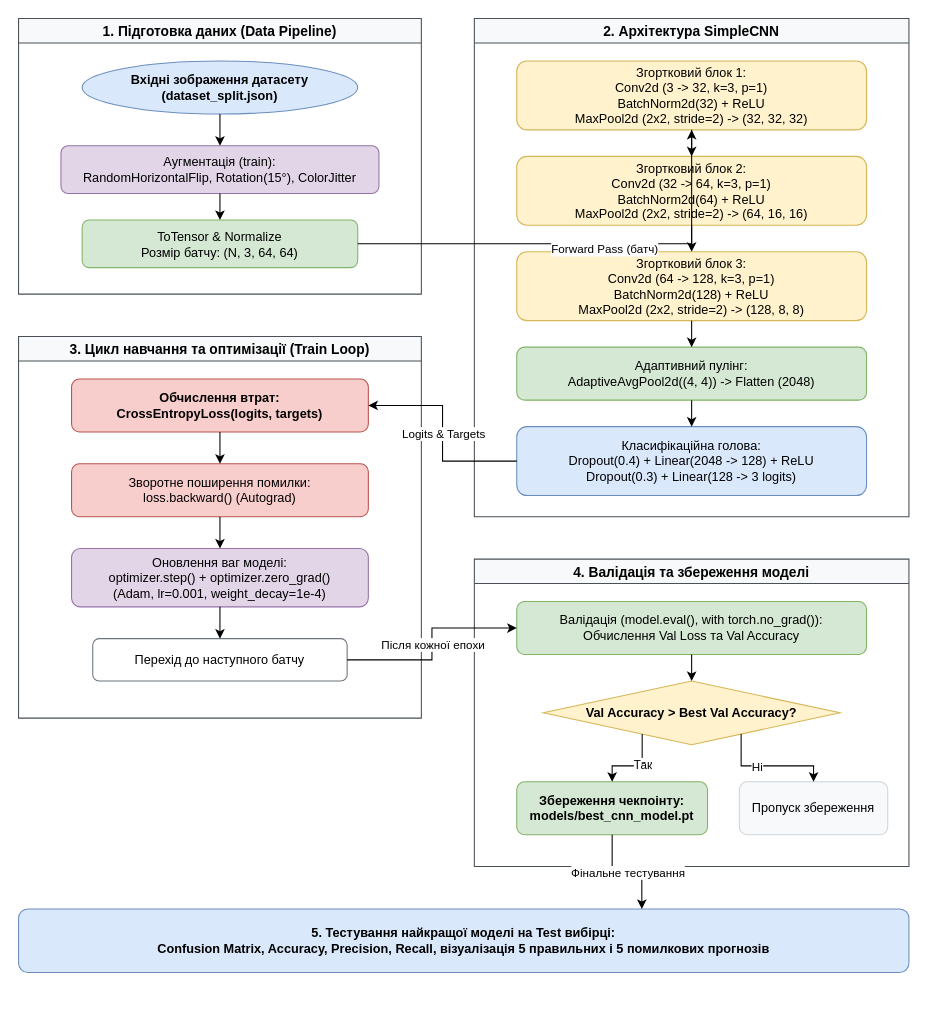
The draw.io diagram lab02_cnn/cnn_flowchart.drawio in MaxSeryy/BK26, before the edit. Source tidied: cells renumbered, new cells numbered last; positions are measured from the earlier drawing's top-left corner, leaving out a move shared by most shapes. Both pictures are drawn from the tidied source at 106%, with x=0, y=0 at pixel (18, 18).
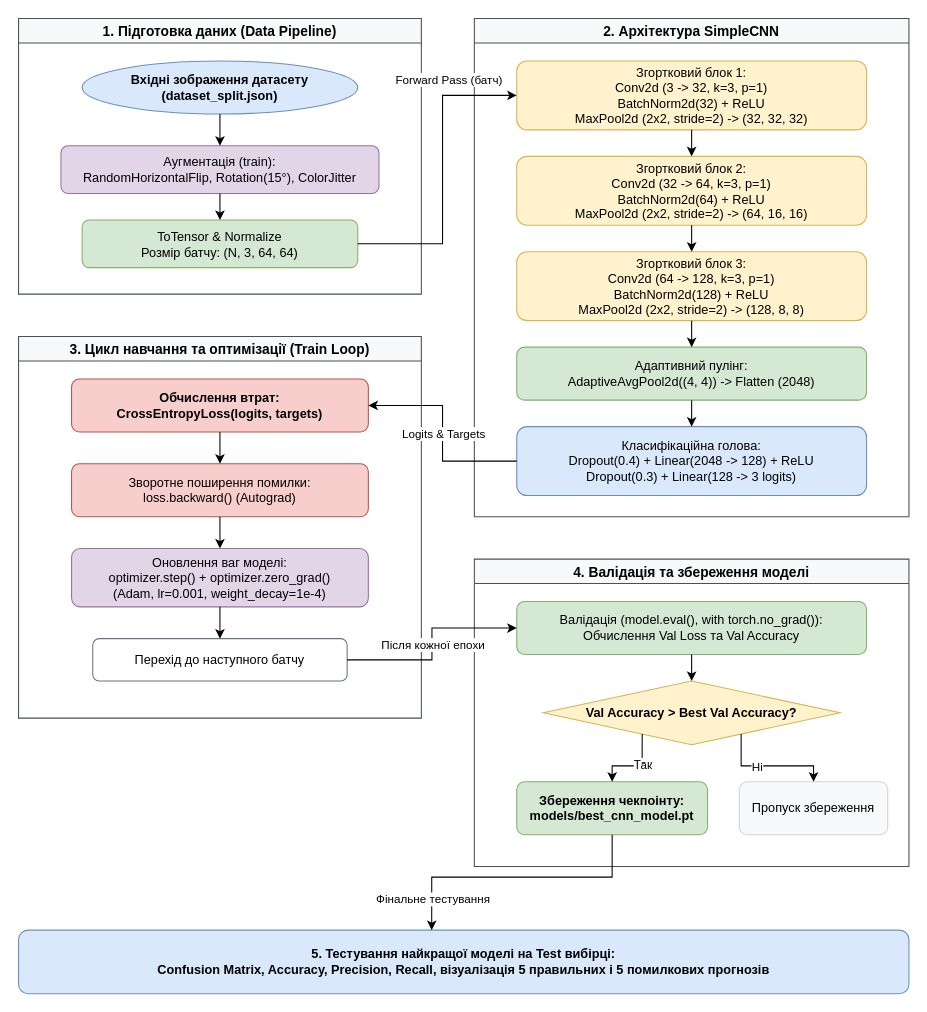
Above is the later version.

Unchanged cells that the change refers to:
```xml
<mxCell id="5" value="ToTensor &amp; Normalize&#10;Розмір батчу: (N, 3, 64, 64)" style="rounded=1;whiteSpace=wrap;html=1;fillColor=#d5e8d4;strokeColor=#82b366;" parent="2" vertex="1">
  <mxGeometry x="60" y="190" width="260" height="45" as="geometry" />
</mxCell>
<mxCell id="9" value="Згортковий блок 1:&#10;Conv2d (3 -&gt; 32, k=3, p=1)&#10;BatchNorm2d(32) + ReLU&#10;MaxPool2d (2x2, stride=2) -&gt; (32, 32, 32)" style="rounded=1;whiteSpace=wrap;html=1;fillColor=#fff2cc;strokeColor=#d6b656;" parent="8" vertex="1">
  <mxGeometry x="40" y="40" width="330" height="65" as="geometry" />
</mxCell>
<mxCell id="29" value="Збереження чекпоінту:&#10;models/best_cnn_model.pt" style="rounded=1;whiteSpace=wrap;html=1;fillColor=#d5e8d4;strokeColor=#82b366;fontStyle=1;" parent="26" vertex="1">
  <mxGeometry x="40" y="210" width="180" height="50" as="geometry" />
</mxCell>
```

Diff of the diagram source:
```diff
@@
-    <mxCell id="36" style="edgeStyle=orthogonalEdgeStyle;rounded=0;jettySize=auto;html=1;" parent="1" edge="1" source="5" target="9">
-      <mxGeometry relative="1" as="geometry" />
-    </mxCell>
-    <mxCell id="37" value="Forward Pass (батч)" style="edgeLabel;html=1;align=center;verticalAlign=middle;" parent="36" vertex="1">
-      <mxGeometry x="0.1" y="-5" relative="1" as="geometry" />
-    </mxCell>
@@
     <mxCell id="42" value="5. Тестування найкращої моделі на Test вибірці:&#10;Confusion Matrix, Accuracy, Precision, Recall, візуалізація 5 правильних і 5 помилкових прогнозів" style="rounded=1;whiteSpace=wrap;html=1;fillColor=#dae8fc;strokeColor=#6c8ebf;fontStyle=1;fontSize=12;" parent="1" vertex="1">
-      <mxGeometry y="840" width="840" height="60" as="geometry" />
+      <mxGeometry y="860" width="840" height="60" as="geometry" />
     </mxCell>
-    <mxCell id="43" style="edgeStyle=orthogonalEdgeStyle;rounded=0;jettySize=auto;html=1;exitX=0.5;exitY=1;exitDx=0;exitDy=0;entryX=0.7;entryY=0;entryDx=0;entryDy=0;" parent="1" edge="1" source="29" target="42">
-      <mxGeometry relative="1" as="geometry" />
+    <mxCell id="43" style="edgeStyle=orthogonalEdgeStyle;rounded=0;jettySize=auto;html=1;exitX=0.5;exitY=1;exitDx=0;exitDy=0;entryX=0.464;entryY=0;entryDx=0;entryDy=0;entryPerimeter=0;" parent="1" edge="1" source="29" target="42">
+      <mxGeometry relative="1" as="geometry">
+        <Array as="points">
+          <mxPoint x="560" y="810" />
+          <mxPoint x="390" y="810" />
+        </Array>
+      </mxGeometry>
     </mxCell>
     <mxCell id="44" value="Фінальне тестування" style="edgeLabel;html=1;align=center;verticalAlign=middle;" parent="43" vertex="1">
-      <mxGeometry relative="1" as="geometry" />
+      <mxGeometry relative="1" as="geometry">
+        <mxPoint x="-80" y="20" as="offset" />
+      </mxGeometry>
     </mxCell>
+    <mxCell id="36" style="edgeStyle=orthogonalEdgeStyle;rounded=0;jettySize=auto;html=1;entryX=0;entryY=0.5;entryDx=0;entryDy=0;exitX=1;exitY=0.5;exitDx=0;exitDy=0;" parent="1" edge="1" source="5" target="9">
+      <mxGeometry relative="1" as="geometry">
+        <Array as="points">
+          <mxPoint x="400" y="212" />
+          <mxPoint x="400" y="72" />
+        </Array>
+      </mxGeometry>
+    </mxCell>
+    <mxCell id="37" value="Forward Pass (батч)" style="edgeLabel;html=1;align=center;verticalAlign=middle;" parent="36" vertex="1">
+      <mxGeometry x="0.1" y="-5" relative="1" as="geometry">
+        <mxPoint y="-75" as="offset" />
+      </mxGeometry>
+    </mxCell>
```
